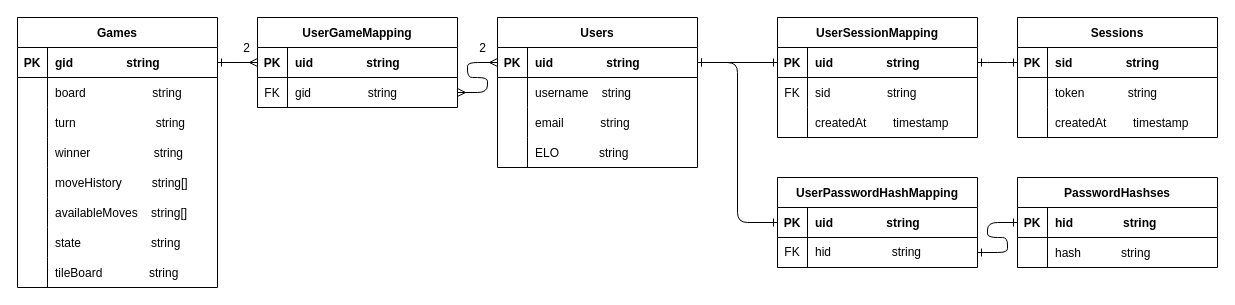
This is documentation/drawio/Database.drawio from Tluszczyk/TicTactics-go, a draw.io file, before an edit. Source tidied: cells renumbered, new cells numbered last; positions are measured from the earlier drawing's top-left corner, leaving out a move shared by most shapes. Both pictures are drawn from the tidied source at 100%, with x=0, y=0 at pixel (17, 17).
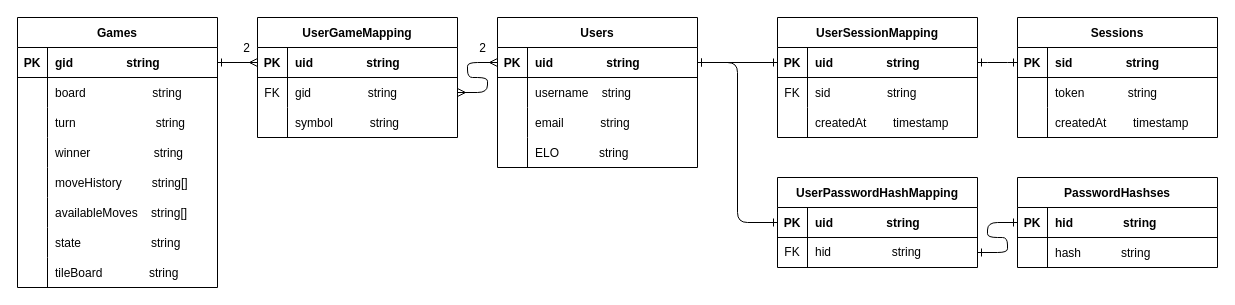
The same page after the edit.

What changed in the source:
```diff
@@
     <mxCell id="51" value="UserGameMapping" style="shape=table;startSize=30;childLayout=tableLayout;rowLines=0;fontStyle=1;align=center;" parent="1" vertex="1">
-      <mxGeometry x="240" width="200" height="90" as="geometry" />
+      <mxGeometry x="240" width="200" height="120" as="geometry" />
     </mxCell>
@@
+    <mxCell id="89" style="shape=partialRectangle;fillColor=none;top=0;left=0;right=0;bottom=0;" parent="51" vertex="1">
+      <mxGeometry y="90" width="200" height="30" as="geometry" />
+    </mxCell>
+    <mxCell id="90" style="shape=partialRectangle;overflow=hidden;fillColor=none;top=0;left=0;bottom=0;right=0;" parent="89" vertex="1">
+      <mxGeometry width="30" height="30" as="geometry" />
+    </mxCell>
+    <mxCell id="91" value="symbol           string" style="shape=partialRectangle;overflow=hidden;fillColor=none;top=0;left=0;bottom=0;right=0;align=left;spacingLeft=6;" parent="89" vertex="1">
+      <mxGeometry x="30" width="170" height="30" as="geometry" />
+    </mxCell>
```
